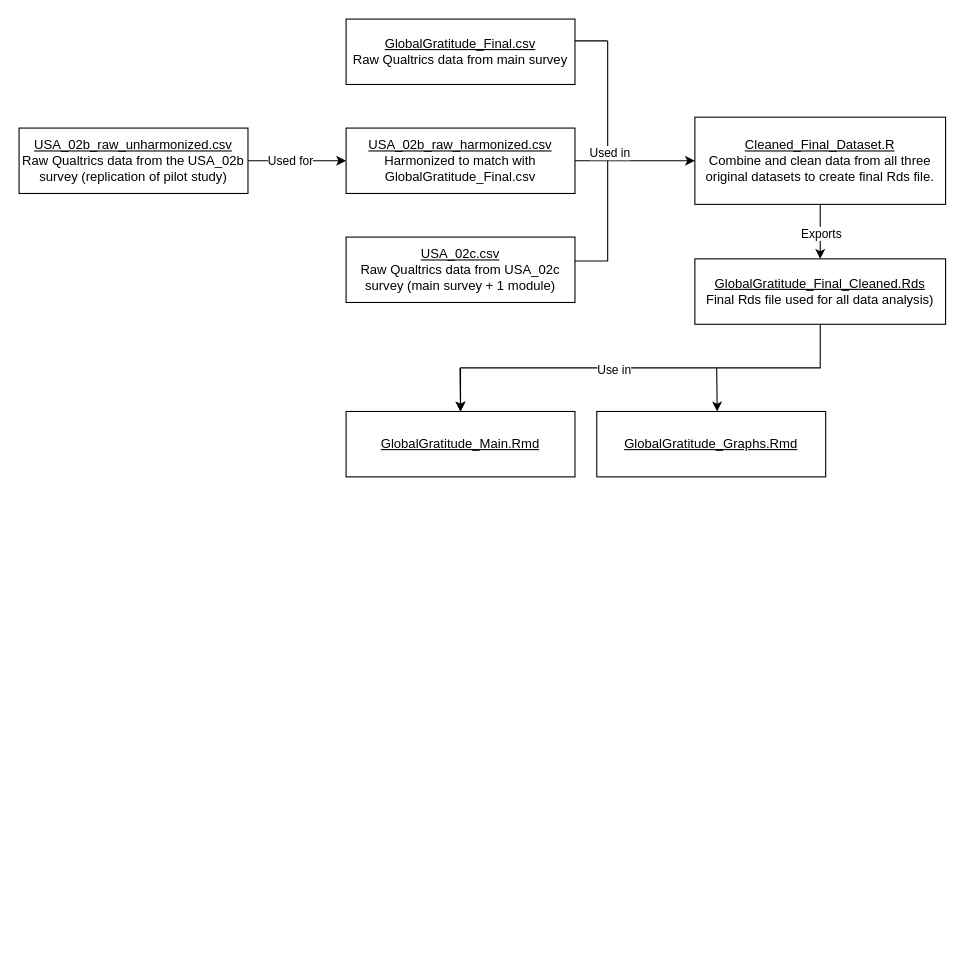
Above: figures/GlobalGratitude_DataOrganization.drawio in ColesNicholas/GlobalGratitudeRepo (draw.io), before the change. Source tidied: cells renumbered, new cells numbered last; positions are measured from the earlier drawing's top-left corner, leaving out a move shared by most shapes. Both pictures are drawn from the tidied source at 109%, with x=0, y=0 at pixel (19, 19).
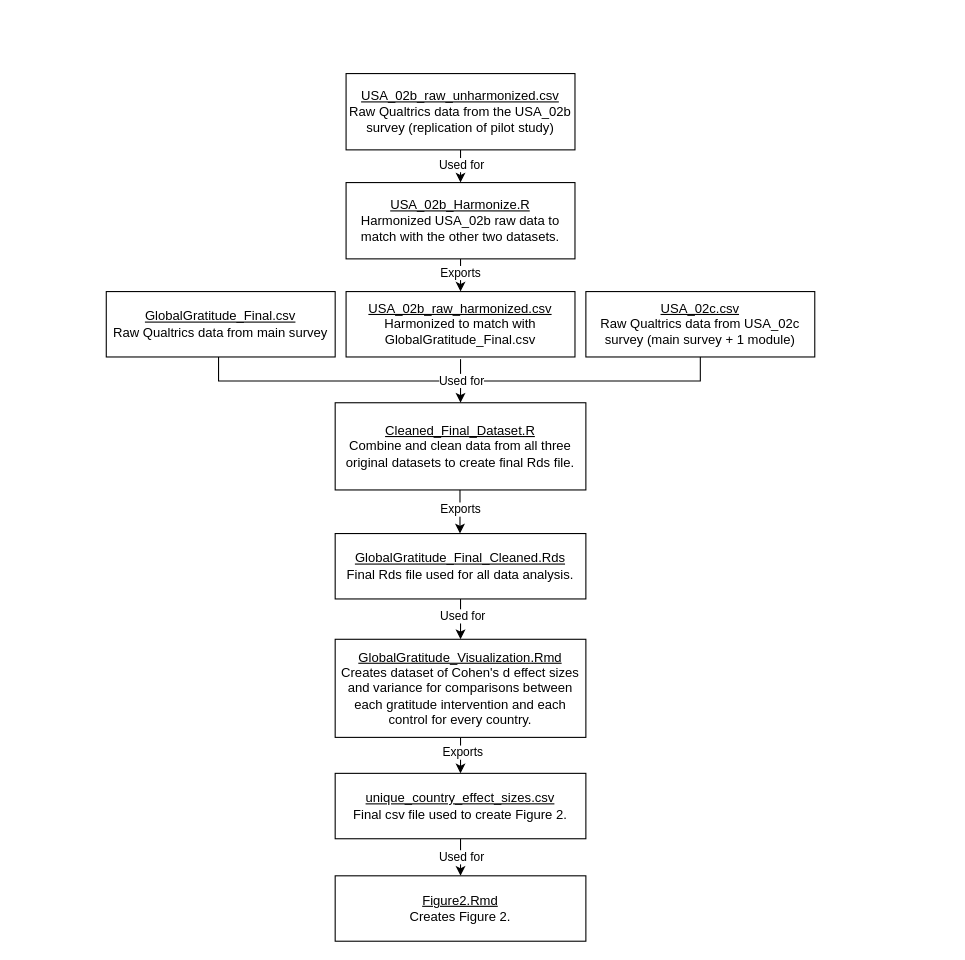
After the change.

What changed in the source:
```diff
@@
+    <mxCell id="22" style="edgeStyle=orthogonalEdgeStyle;rounded=0;jettySize=auto;html=1;endArrow=none;startFill=0;entryX=0.524;entryY=1;entryDx=0;entryDy=0;entryPerimeter=0;" parent="1" edge="1" source="2" target="8">
+      <mxGeometry relative="1" as="geometry">
+        <Array as="points">
+          <mxPoint x="183" y="332" />
+          <mxPoint x="625" y="332" />
+          <mxPoint x="625" y="302" />
+        </Array>
+      </mxGeometry>
+    </mxCell>
     <mxCell id="2" value="&lt;u&gt;GlobalGratitude_Final.csv&lt;/u&gt;&lt;div&gt;Raw Qualtrics data from main survey&lt;/div&gt;" style="rounded=0;whiteSpace=wrap;html=1;" parent="1" vertex="1">
-      <mxGeometry x="300" width="210" height="60" as="geometry" />
+      <mxGeometry x="80" y="250" width="210" height="60" as="geometry" />
     </mxCell>
+    <mxCell id="23" style="edgeStyle=orthogonalEdgeStyle;rounded=0;jettySize=auto;html=1;exitX=0.5;exitY=1;exitDx=0;exitDy=0;entryX=0.5;entryY=0;entryDx=0;entryDy=0;" parent="1" edge="1" source="3" target="36">
+      <mxGeometry relative="1" as="geometry" />
+    </mxCell>
+    <mxCell id="24" value="Used for" style="edgeLabel;html=1;align=center;verticalAlign=middle;" parent="23" vertex="1">
+      <mxGeometry x="-0.13" relative="1" as="geometry" />
+    </mxCell>
     <mxCell id="3" value="&lt;u&gt;USA_02b_raw_unharmonized.csv&lt;/u&gt;&lt;div&gt;Raw Qualtrics data from the USA_02b survey (replication of pilot study)&lt;/div&gt;" style="rounded=0;whiteSpace=wrap;html=1;" parent="1" vertex="1">
-      <mxGeometry y="100" width="210" height="60" as="geometry" />
+      <mxGeometry x="300" y="50" width="210" height="70" as="geometry" />
     </mxCell>
-    <mxCell id="4" style="endArrow=classic;html=1;rounded=0;" parent="1" edge="1" source="3" target="7">
-      <mxGeometry relative="1" as="geometry" />
-    </mxCell>
-    <mxCell id="5" value="Used for" style="edgeLabel;html=1;align=center;verticalAlign=middle;" parent="4" vertex="1">
-      <mxGeometry x="-0.16" y="1" relative="1" as="geometry" />
-    </mxCell>
-    <mxCell id="6" style="edgeStyle=orthogonalEdgeStyle;rounded=0;jettySize=auto;html=1;exitX=1;exitY=0.5;exitDx=0;exitDy=0;" parent="1" edge="1" source="7" target="19">
-      <mxGeometry relative="1" as="geometry" />
-    </mxCell>
     <mxCell id="7" value="&lt;u&gt;USA_02b_raw_harmonized.csv&lt;/u&gt;&lt;div&gt;Harmonized to match with GlobalGratitude_Final.csv&lt;/div&gt;" style="rounded=0;whiteSpace=wrap;html=1;" parent="1" vertex="1">
-      <mxGeometry x="300" y="100" width="210" height="60" as="geometry" />
+      <mxGeometry x="300" y="250" width="210" height="60" as="geometry" />
     </mxCell>
     <mxCell id="8" value="&lt;div&gt;&lt;u&gt;USA_02c.csv&lt;/u&gt;&lt;/div&gt;&lt;div&gt;Raw Qualtrics data from USA_02c survey (main survey + 1 module)&lt;/div&gt;" style="rounded=0;whiteSpace=wrap;html=1;" parent="1" vertex="1">
-      <mxGeometry x="300" y="200" width="210" height="60" as="geometry" />
+      <mxGeometry x="520" y="250" width="210" height="60" as="geometry" />
     </mxCell>
-    <mxCell id="9" style="edgeStyle=orthogonalEdgeStyle;rounded=0;jettySize=auto;html=1;" parent="1" edge="1" source="11" target="16">
-      <mxGeometry relative="1" as="geometry">
-        <Array as="points">
-          <mxPoint x="735" y="320" />
-          <mxPoint x="405" y="320" />
-        </Array>
-      </mxGeometry>
-    </mxCell>
-    <mxCell id="10" value="Use in" style="edgeLabel;html=1;align=center;verticalAlign=middle;" parent="9" vertex="1">
-      <mxGeometry x="0.12" y="1" relative="1" as="geometry" />
-    </mxCell>
+    <mxCell id="25" style="edgeStyle=orthogonalEdgeStyle;rounded=0;jettySize=auto;html=1;exitX=0.5;exitY=1;exitDx=0;exitDy=0;entryX=0.5;entryY=0;entryDx=0;entryDy=0;" parent="1" edge="1" source="11" target="15">
+      <mxGeometry relative="1" as="geometry" />
+    </mxCell>
+    <mxCell id="26" value="Used for" style="edgeLabel;html=1;align=center;verticalAlign=middle;" parent="25" vertex="1">
+      <mxGeometry x="0.08" y="1" relative="1" as="geometry">
+        <mxPoint y="-5" as="offset" />
+      </mxGeometry>
+    </mxCell>
-    <mxCell id="11" value="&lt;u&gt;GlobalGratitude_Final_Cleaned.Rds&lt;/u&gt;&lt;div&gt;Final Rds file used for all data analysis)&lt;/div&gt;" style="rounded=0;whiteSpace=wrap;html=1;" parent="1" vertex="1">
-      <mxGeometry x="620" y="220" width="230" height="60" as="geometry" />
+    <mxCell id="11" value="&lt;u&gt;GlobalGratitude_Final_Cleaned.Rds&lt;/u&gt;&lt;div&gt;Final Rds file used for all data analysis.&lt;/div&gt;" style="rounded=0;whiteSpace=wrap;html=1;" parent="1" vertex="1">
+      <mxGeometry x="290" y="472" width="230" height="60" as="geometry" />
     </mxCell>
-    <mxCell id="12" style="endArrow=none;html=1;rounded=0;exitX=1;exitY=0.367;exitDx=0;exitDy=0;exitPerimeter=0;" parent="1" edge="1" source="8">
-      <mxGeometry relative="1" as="geometry">
-        <mxPoint x="540" y="20" as="targetPoint" />
-        <Array as="points">
-          <mxPoint x="540" y="222" />
-        </Array>
-      </mxGeometry>
-    </mxCell>
-    <mxCell id="13" value="Used in" style="edgeLabel;html=1;align=center;verticalAlign=middle;" parent="12" vertex="1">
-      <mxGeometry x="0.12" y="-1" relative="1" as="geometry" />
-    </mxCell>
-    <mxCell id="14" style="endArrow=none;html=1;rounded=0;" parent="1" edge="1">
-      <mxGeometry relative="1" as="geometry">
-        <mxPoint x="510" y="20" as="sourcePoint" />
-        <mxPoint x="540" y="20" as="targetPoint" />
-      </mxGeometry>
-    </mxCell>
+    <mxCell id="27" style="edgeStyle=orthogonalEdgeStyle;rounded=0;jettySize=auto;html=1;exitX=0.5;exitY=1;exitDx=0;exitDy=0;entryX=0.5;entryY=0;entryDx=0;entryDy=0;" parent="1" edge="1" source="15" target="16">
+      <mxGeometry relative="1" as="geometry" />
+    </mxCell>
+    <mxCell id="28" value="Exports" style="edgeLabel;html=1;align=center;verticalAlign=middle;" parent="27" vertex="1">
+      <mxGeometry y="1" relative="1" as="geometry">
+        <mxPoint y="-4" as="offset" />
+      </mxGeometry>
+    </mxCell>
-    <mxCell id="15" value="&lt;u&gt;GlobalGratitude_Graphs.Rmd&lt;/u&gt;" style="rounded=0;whiteSpace=wrap;html=1;" parent="1" vertex="1">
-      <mxGeometry x="530" y="360" width="210" height="60" as="geometry" />
+    <mxCell id="15" value="&lt;u&gt;GlobalGratitude_Visualization.Rmd&lt;/u&gt;&lt;div&gt;Creates dataset of Cohen's d effect sizes and variance for comparisons between each gratitude intervention and each control for every country.&lt;/div&gt;" style="rounded=0;whiteSpace=wrap;html=1;" parent="1" vertex="1">
+      <mxGeometry x="290" y="569" width="230" height="90" as="geometry" />
     </mxCell>
+    <mxCell id="29" style="edgeStyle=orthogonalEdgeStyle;rounded=0;jettySize=auto;html=1;exitX=0.5;exitY=1;exitDx=0;exitDy=0;entryX=0.5;entryY=0;entryDx=0;entryDy=0;" parent="1" edge="1" source="16" target="33">
+      <mxGeometry relative="1" as="geometry" />
+    </mxCell>
+    <mxCell id="30" value="Used for" style="edgeLabel;html=1;align=center;verticalAlign=middle;" parent="29" vertex="1">
+      <mxGeometry x="-0.07" relative="1" as="geometry" />
+    </mxCell>
-    <mxCell id="16" value="&lt;div&gt;&lt;u&gt;GlobalGratitude_Main.Rmd&lt;/u&gt;&lt;/div&gt;" style="rounded=0;whiteSpace=wrap;html=1;" parent="1" vertex="1">
-      <mxGeometry x="300" y="360" width="210" height="60" as="geometry" />
+    <mxCell id="16" value="&lt;u&gt;unique_country_effect_sizes.csv&lt;/u&gt;&lt;br&gt;&lt;div&gt;Final csv file used to create Figure 2.&lt;/div&gt;" style="rounded=0;whiteSpace=wrap;html=1;" parent="1" vertex="1">
+      <mxGeometry x="290" y="692" width="230" height="60" as="geometry" />
     </mxCell>
-    <mxCell id="17" style="edgeStyle=orthogonalEdgeStyle;rounded=0;jettySize=auto;html=1;exitX=0.5;exitY=1;exitDx=0;exitDy=0;" parent="1" edge="1" source="19" target="11">
-      <mxGeometry relative="1" as="geometry" />
+    <mxCell id="17" style="edgeStyle=orthogonalEdgeStyle;rounded=0;orthogonalLoop=1;jettySize=auto;html=1;exitX=0.5;exitY=1;exitDx=0;exitDy=0;" parent="1" edge="1">
+      <mxGeometry relative="1" as="geometry">
+        <mxPoint x="404.5" y="422" as="sourcePoint" />
+        <mxPoint x="404.5" y="472" as="targetPoint" />
+      </mxGeometry>
     </mxCell>
     <mxCell id="18" value="Exports" style="edgeLabel;html=1;align=center;verticalAlign=middle;" parent="17" vertex="1">
-      <mxGeometry x="0.04" relative="1" as="geometry" />
+      <mxGeometry x="0.04" relative="1" as="geometry">
+        <mxPoint y="1" as="offset" />
+      </mxGeometry>
     </mxCell>
     <mxCell id="19" value="&lt;u&gt;Cleaned_Final_Dataset.R&lt;/u&gt;&lt;div&gt;Combine and clean data from all three original datasets to create final Rds file.&lt;/div&gt;" style="rounded=0;whiteSpace=wrap;html=1;" parent="1" vertex="1">
-      <mxGeometry x="620" y="90" width="230" height="80" as="geometry" />
+      <mxGeometry x="290" y="352" width="230" height="80" as="geometry" />
     </mxCell>
-    <mxCell id="20" style="endArrow=classic;html=1;rounded=0;" parent="1" edge="1">
-      <mxGeometry relative="1" as="geometry">
-        <mxPoint x="404.5" y="320" as="sourcePoint" />
-        <mxPoint x="405" y="360" as="targetPoint" />
-      </mxGeometry>
-    </mxCell>
-    <mxCell id="21" style="endArrow=classic;html=1;rounded=0;" parent="1" edge="1">
-      <mxGeometry relative="1" as="geometry">
-        <mxPoint x="640" y="320" as="sourcePoint" />
-        <mxPoint x="640.5" y="360" as="targetPoint" />
-      </mxGeometry>
-    </mxCell>
+    <mxCell id="31" style="endArrow=classic;html=1;rounded=0;entryX=0.5;entryY=0;entryDx=0;entryDy=0;" parent="1" edge="1" target="19">
+      <mxGeometry relative="1" as="geometry">
+        <mxPoint x="405" y="312" as="sourcePoint" />
+      </mxGeometry>
+    </mxCell>
+    <mxCell id="32" value="Used for" style="edgeLabel;html=1;align=center;verticalAlign=middle;" parent="31" vertex="1">
+      <mxGeometry x="-0.16" y="1" relative="1" as="geometry">
+        <mxPoint x="-1" y="2" as="offset" />
+      </mxGeometry>
+    </mxCell>
+    <mxCell id="33" value="&lt;div&gt;&lt;u&gt;Figure2.Rmd&lt;/u&gt;&lt;/div&gt;&lt;div&gt;Creates Figure 2.&lt;/div&gt;" style="rounded=0;whiteSpace=wrap;html=1;" parent="1" vertex="1">
+      <mxGeometry x="290" y="786" width="230" height="60" as="geometry" />
+    </mxCell>
+    <mxCell id="34" style="edgeStyle=orthogonalEdgeStyle;rounded=0;jettySize=auto;html=1;exitX=0.5;exitY=1;exitDx=0;exitDy=0;entryX=0.5;entryY=0;entryDx=0;entryDy=0;" parent="1" edge="1" source="36" target="7">
+      <mxGeometry relative="1" as="geometry" />
+    </mxCell>
+    <mxCell id="35" value="Exports" style="edgeLabel;html=1;align=center;verticalAlign=middle;" parent="34" vertex="1">
+      <mxGeometry x="0.07" y="-1" relative="1" as="geometry">
+        <mxPoint y="-4" as="offset" />
+      </mxGeometry>
+    </mxCell>
+    <mxCell id="36" value="&lt;div&gt;&lt;u&gt;USA_02b_Harmonize.R&lt;/u&gt;&lt;/div&gt;&lt;div&gt;Harmonized USA_02b raw data to match with the other two datasets.&lt;/div&gt;" style="rounded=0;whiteSpace=wrap;html=1;" parent="1" vertex="1">
+      <mxGeometry x="300" y="150" width="210" height="70" as="geometry" />
+    </mxCell>
```
